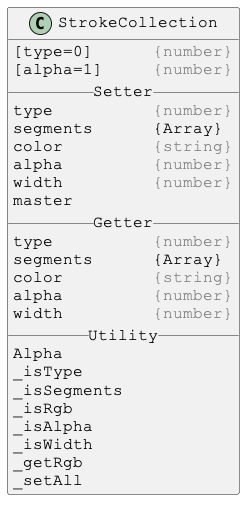
Earlier version of the PlantUML export docs/PlantUml/images/StrokeCollection.png (Justin-Byrne/canvasLab).
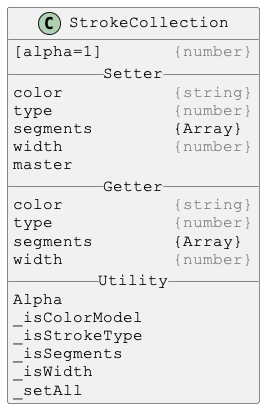
The same diagram one commit later.

The edit, as a diff of the source:
```diff
@@ -4,29 +4,24 @@
 skinparam DefaultFontName Courier New
 
 class StrokeCollection {
-[type=0]      <color:gray>{number}</color>
-[alpha=1]     <color:gray>{number}</color>
+[alpha=1]       <color:gray>{number}</color>
 __ Setter __
-type          <color:gray>{number}</color>
-segments      {Array}
-color         <color:gray>{string}</color>
-alpha         <color:gray>{number}</color>
-width         <color:gray>{number}</color>
+color           <color:gray>{string}</color>
+type            <color:gray>{number}</color>
+segments        {Array}
+width           <color:gray>{number}</color>
 master
 __ Getter __
-type          <color:gray>{number}</color>
-segments      {Array}
-color         <color:gray>{string}</color>
-alpha         <color:gray>{number}</color>
-width         <color:gray>{number}</color>
+color           <color:gray>{string}</color>
+type            <color:gray>{number}</color>
+segments        {Array}
+width           <color:gray>{number}</color>
 __ Utility __
 Alpha
-_isType
+_isColorModel
+_isStrokeType
 _isSegments
-_isRgb
-_isAlpha
 _isWidth
-_getRgb
 _setAll
 }
 
```
